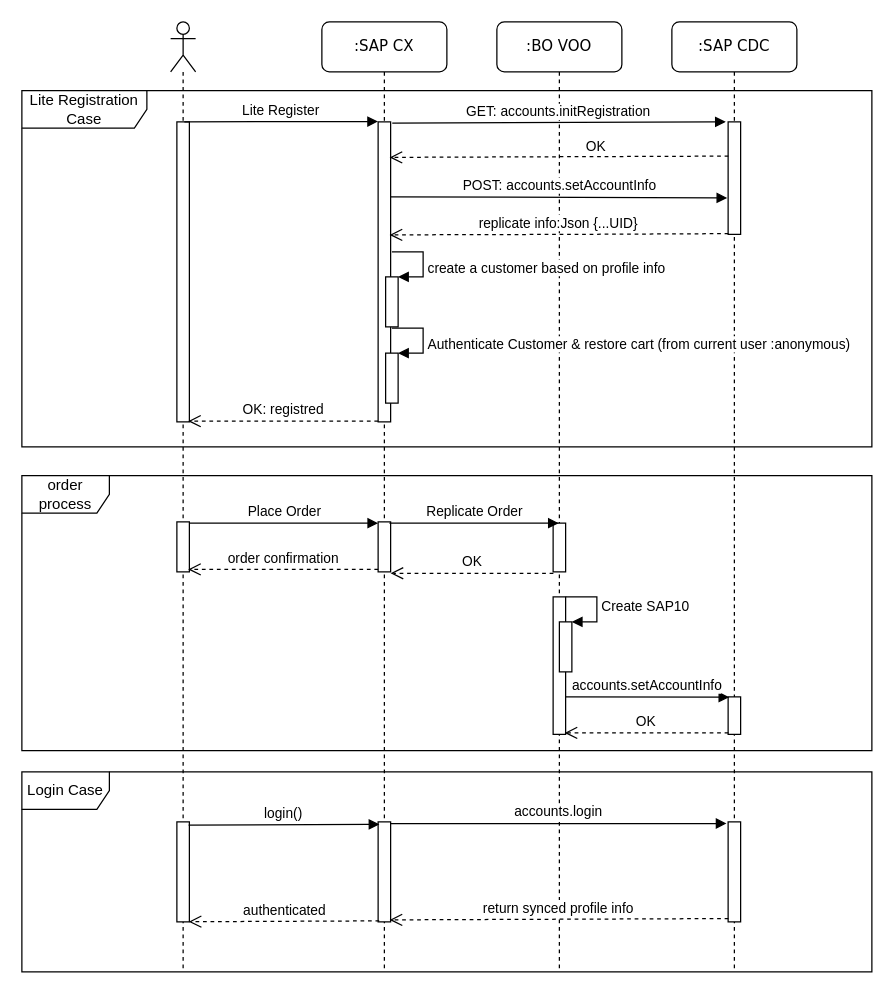
This is page "SeqDiagram-CX-VOO-CDC" (1 of 2) of SeqDiagram-CX-VOO-CDC.drawio from MudBloodArchitekt/draw.io, a draw.io file, before an edit. Source tidied: cells renumbered, new cells numbered last; positions are measured from the earlier drawing's top-left corner, leaving out a move shared by most shapes. Both pictures are drawn from the tidied source at 125%, with x=0, y=0 at pixel (21, 21).
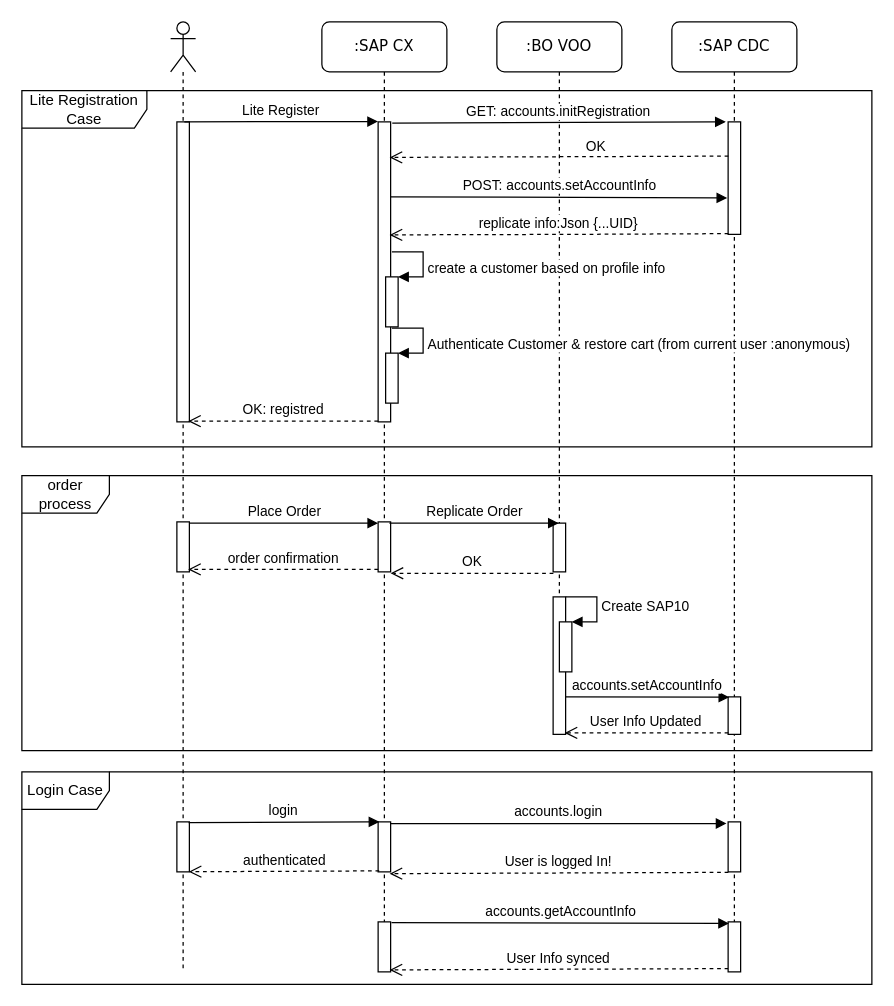
The same diagram, later.

The change refers to these unchanged cells:
```xml
<mxCell id="2" value=":SAP CX" style="shape=umlLifeline;perimeter=lifelinePerimeter;whiteSpace=wrap;html=1;rounded=1;shadow=0;comic=0;labelBackgroundColor=none;strokeWidth=1;fontFamily=Verdana;fontSize=12;align=center;" parent="1" vertex="1">
  <mxGeometry x="240" width="100" height="760" as="geometry" />
</mxCell>
<mxCell id="10" value=":SAP CDC" style="shape=umlLifeline;perimeter=lifelinePerimeter;whiteSpace=wrap;html=1;rounded=1;shadow=0;comic=0;labelBackgroundColor=none;strokeWidth=1;fontFamily=Verdana;fontSize=12;align=center;" parent="1" vertex="1">
  <mxGeometry x="520" width="100" height="760" as="geometry" />
</mxCell>
<mxCell id="13" style="shape=umlLifeline;participant=umlActor;perimeter=lifelinePerimeter;whiteSpace=wrap;html=1;verticalAlign=top;spacingTop=36;" parent="1" vertex="1">
  <mxGeometry x="119" width="20" height="760" as="geometry" />
</mxCell>
```

What changed in the source:
```diff
@@
     <mxCell id="4" style="html=1;perimeter=orthogonalPerimeter;" parent="2" vertex="1">
-      <mxGeometry x="45" y="640" width="10" height="80" as="geometry" />
+      <mxGeometry x="45" y="640" width="10" height="40" as="geometry" />
     </mxCell>
+    <mxCell id="42" style="html=1;points=[];perimeter=orthogonalPerimeter;" parent="2" vertex="1">
+      <mxGeometry x="45" y="720" width="10" height="40" as="geometry" />
+    </mxCell>
     <mxCell id="5" value=":BO VOO" style="shape=umlLifeline;perimeter=lifelinePerimeter;whiteSpace=wrap;html=1;rounded=1;shadow=0;comic=0;labelBackgroundColor=none;strokeWidth=1;fontFamily=Verdana;fontSize=12;align=center;" parent="1" vertex="1">
-      <mxGeometry x="380" width="100" height="760" as="geometry" />
+      <mxGeometry x="380" width="100" height="570" as="geometry" />
     </mxCell>
@@
     <mxCell id="12" style="html=1;points=[];perimeter=orthogonalPerimeter;" parent="10" vertex="1">
-      <mxGeometry x="45" y="640" width="10" height="80" as="geometry" />
+      <mxGeometry x="45" y="640" width="10" height="40" as="geometry" />
     </mxCell>
@@
     <mxCell id="15" style="html=1;perimeter=orthogonalPerimeter;" parent="13" vertex="1">
-      <mxGeometry x="5" y="640" width="10" height="80" as="geometry" />
+      <mxGeometry x="5" y="640" width="10" height="40" as="geometry" />
     </mxCell>
@@
-    <mxCell id="19" value="login()" style="html=1;verticalAlign=bottom;endArrow=block;exitX=0.943;exitY=0.082;exitDx=0;exitDy=0;exitPerimeter=0;entryX=0.1;entryY=0.075;entryDx=0;entryDy=0;entryPerimeter=0;" parent="1" edge="1">
+    <mxCell id="19" value="login" style="html=1;verticalAlign=bottom;endArrow=block;exitX=0.943;exitY=0.082;exitDx=0;exitDy=0;exitPerimeter=0;entryX=0.1;entryY=0.075;entryDx=0;entryDy=0;entryPerimeter=0;" parent="1" edge="1">
       <mxGeometry relative="1" as="geometry">
-        <mxPoint x="133.4" y="642.6" as="sourcePoint" />
-        <mxPoint x="286" y="642" as="targetPoint" />
+        <mxPoint x="133.4" y="640.6" as="sourcePoint" />
+        <mxPoint x="286" y="640" as="targetPoint" />
       </mxGeometry>
     </mxCell>
@@
-    <mxCell id="21" value="return synced profile info" style="html=1;verticalAlign=bottom;endArrow=open;dashed=1;endSize=8;entryX=0.917;entryY=0.605;entryDx=0;entryDy=0;entryPerimeter=0;exitX=0.021;exitY=0.967;exitDx=0;exitDy=0;exitPerimeter=0;" parent="1" edge="1" source="12">
+    <mxCell id="21" value="User Info synced " style="html=1;verticalAlign=bottom;endArrow=open;dashed=1;endSize=8;entryX=0.917;entryY=0.605;entryDx=0;entryDy=0;entryPerimeter=0;exitX=0.021;exitY=0.967;exitDx=0;exitDy=0;exitPerimeter=0;" parent="1" edge="1">
       <mxGeometry relative="1" as="geometry">
-        <mxPoint x="294.2" y="718.4" as="targetPoint" />
+        <mxPoint x="565.2" y="757.4" as="sourcePoint" />
+        <mxPoint x="294.2" y="758.4" as="targetPoint" />
       </mxGeometry>
     </mxCell>
     <mxCell id="22" value="authenticated" style="html=1;verticalAlign=bottom;endArrow=open;dashed=1;endSize=8;entryX=0.948;entryY=0.674;entryDx=0;entryDy=0;entryPerimeter=0;exitX=0.09;exitY=0.665;exitDx=0;exitDy=0;exitPerimeter=0;" parent="1" edge="1">
       <mxGeometry relative="1" as="geometry">
-        <mxPoint x="285.9" y="719.2" as="sourcePoint" />
-        <mxPoint x="133.5" y="719.9" as="targetPoint" />
+        <mxPoint x="285.9" y="679.2" as="sourcePoint" />
+        <mxPoint x="133.5" y="679.9" as="targetPoint" />
       </mxGeometry>
     </mxCell>
@@
-    <mxCell id="25" value="OK" style="html=1;verticalAlign=bottom;endArrow=open;dashed=1;endSize=8;exitX=0.021;exitY=0.76;exitDx=0;exitDy=0;exitPerimeter=0;entryX=0.917;entryY=0.88;entryDx=0;entryDy=0;entryPerimeter=0;" parent="1" edge="1">
+    <mxCell id="25" value="User Info Updated" style="html=1;verticalAlign=bottom;endArrow=open;dashed=1;endSize=8;exitX=0.021;exitY=0.76;exitDx=0;exitDy=0;exitPerimeter=0;entryX=0.917;entryY=0.88;entryDx=0;entryDy=0;entryPerimeter=0;" parent="1" edge="1">
       <mxGeometry relative="1" as="geometry">
         <mxPoint x="565.2" y="568.8" as="sourcePoint" />
         <mxPoint x="434.2" y="568.8" as="targetPoint" />
       </mxGeometry>
     </mxCell>
     <mxCell id="26" value="Login Case" style="shape=umlFrame;whiteSpace=wrap;html=1;width=70;height=30;" parent="1" vertex="1">
-      <mxGeometry y="600" width="680" height="160" as="geometry" />
+      <mxGeometry y="600" width="680" height="170" as="geometry" />
     </mxCell>
@@
+    <mxCell id="43" value="User is logged In!" style="html=1;verticalAlign=bottom;endArrow=open;dashed=1;endSize=8;entryX=0.917;entryY=0.605;entryDx=0;entryDy=0;entryPerimeter=0;exitX=0.021;exitY=0.967;exitDx=0;exitDy=0;exitPerimeter=0;" parent="1" edge="1">
+      <mxGeometry relative="1" as="geometry">
+        <mxPoint x="565.2" y="680.4" as="sourcePoint" />
+        <mxPoint x="294.2" y="681.4" as="targetPoint" />
+      </mxGeometry>
+    </mxCell>
+    <mxCell id="44" style="html=1;perimeter=orthogonalPerimeter;" parent="1" vertex="1">
+      <mxGeometry x="565" y="720" width="10" height="40" as="geometry" />
+    </mxCell>
+    <mxCell id="45" value="accounts.getAccountInfo" style="html=1;verticalAlign=bottom;endArrow=block;exitX=1.071;exitY=0.013;exitDx=0;exitDy=0;exitPerimeter=0;entryX=-0.129;entryY=0.504;entryDx=0;entryDy=0;entryPerimeter=0;" parent="1" edge="1" source="42">
+      <mxGeometry relative="1" as="geometry">
+        <mxPoint x="565.7" y="721.3" as="targetPoint" />
+      </mxGeometry>
+    </mxCell>
```
